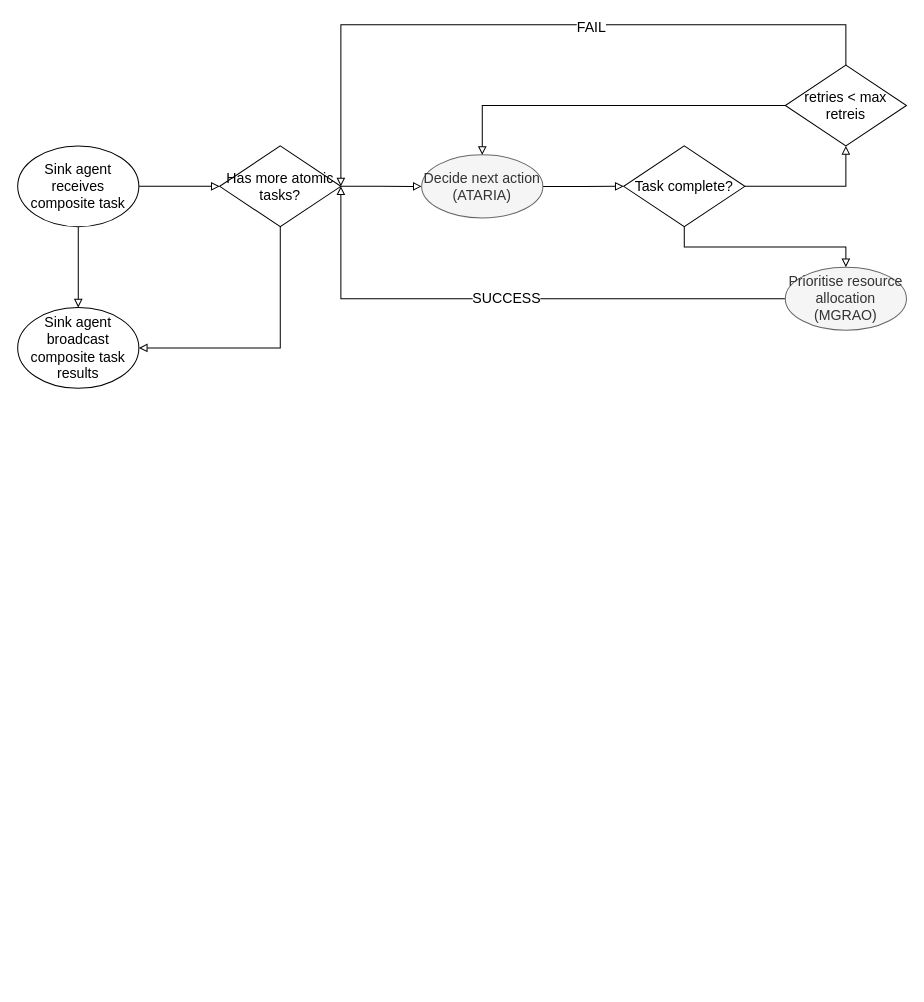
This is source/algorithm-flow.drawio from sevenmachines/els_energy_optimisation_and_adaptive_coverage_in_wsn_systems, a draw.io file, before an edit. Source tidied: cells renumbered, new cells numbered last; positions are measured from the earlier drawing's top-left corner, leaving out a move shared by most shapes. Both pictures are drawn from the tidied source at 101%, with x=0, y=0 at pixel (17, 24).
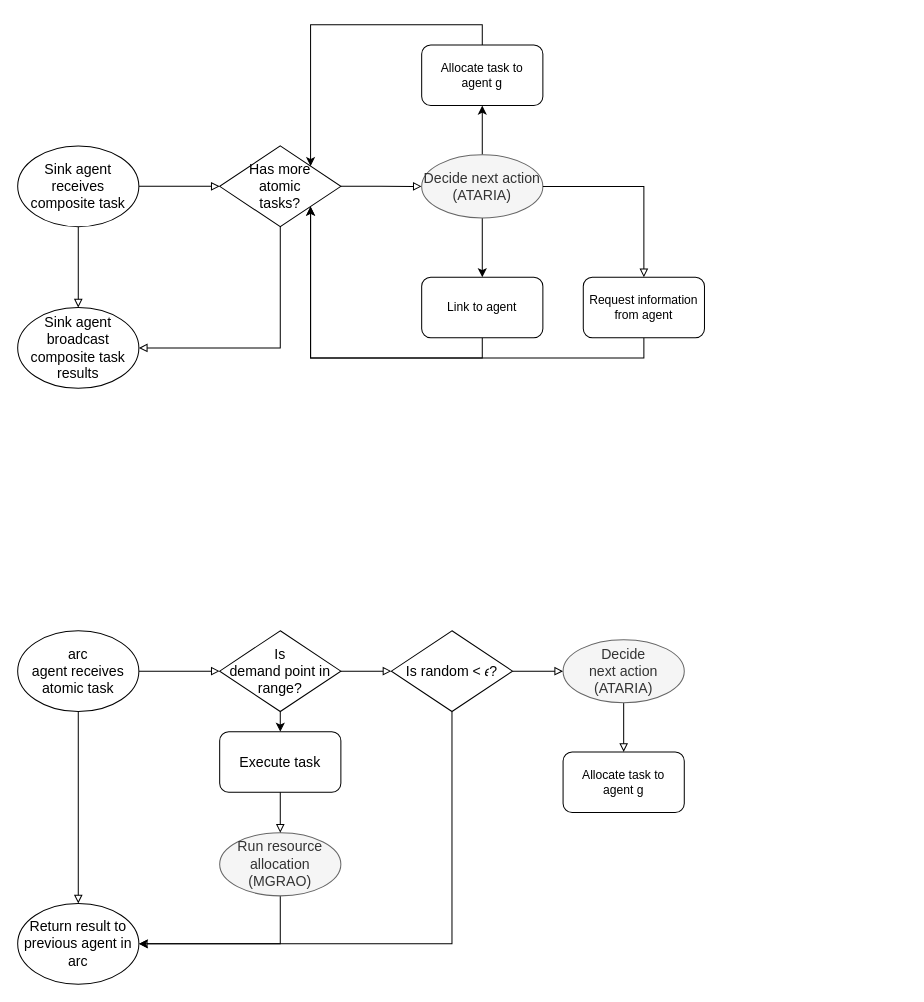
After the change.

Commit message (it also covers changes not shown here):
Work on solutions section and diagrams

The change refers to these unchanged cells:
```xml
<mxCell id="9" value="Decide next action (ATARIA)" style="ellipse;whiteSpace=wrap;html=1;fillColor=#f5f5f5;strokeColor=#666666;fontColor=#333333;fontStyle=0;fontSize=14;" parent="1" vertex="1">
  <mxGeometry x="400" y="128.8" width="120" height="62.5" as="geometry" />
</mxCell>
```

Diff of the diagram source:
```diff
@@
-    <mxCell id="5" value="SUCCESS" style="edgeStyle=orthogonalEdgeStyle;rounded=0;jettySize=auto;html=1;exitX=0;exitY=0.5;exitDx=0;exitDy=0;entryX=1;entryY=0.5;entryDx=0;entryDy=0;endArrow=block;endFill=0;fontSize=14;" parent="1" edge="1" source="10" target="18">
-      <mxGeometry relative="1" as="geometry">
-        <Array as="points">
-          <mxPoint x="320" y="271" />
-        </Array>
-      </mxGeometry>
-    </mxCell>
@@
-    <mxCell id="7" style="edgeStyle=orthogonalEdgeStyle;rounded=0;jettySize=auto;html=1;exitX=1;exitY=0.5;exitDx=0;exitDy=0;entryX=0.5;entryY=1;entryDx=0;entryDy=0;endArrow=block;endFill=0;fontSize=14;" parent="1" edge="1" source="12" target="16">
-      <mxGeometry relative="1" as="geometry">
-        <Array as="points">
-          <mxPoint x="820" y="160" />
-        </Array>
-      </mxGeometry>
-    </mxCell>
-    <mxCell id="8" style="edgeStyle=orthogonalEdgeStyle;rounded=0;jettySize=auto;html=1;entryX=0;entryY=0.5;entryDx=0;entryDy=0;endArrow=block;endFill=0;fontSize=14;" parent="1" edge="1" source="9" target="12">
-      <mxGeometry relative="1" as="geometry" />
-    </mxCell>
+    <mxCell id="20" style="edgeStyle=orthogonalEdgeStyle;rounded=0;jettySize=auto;html=1;exitX=0.5;exitY=0;exitDx=0;exitDy=0;entryX=0.5;entryY=1;entryDx=0;entryDy=0;fontSize=14;" parent="1" edge="1" source="9" target="43">
+      <mxGeometry relative="1" as="geometry" />
+    </mxCell>
+    <mxCell id="21" style="edgeStyle=orthogonalEdgeStyle;rounded=0;jettySize=auto;html=1;entryX=0.5;entryY=0;entryDx=0;entryDy=0;fontSize=14;exitX=0.5;exitY=1;exitDx=0;exitDy=0;" parent="1" edge="1" source="9" target="41">
+      <mxGeometry relative="1" as="geometry" />
+    </mxCell>
@@
-    <mxCell id="10" value="Prioritise resource allocation&lt;br style=&quot;font-size: 14px;&quot;&gt;(MGRAO)" style="ellipse;whiteSpace=wrap;html=1;fillColor=#f5f5f5;strokeColor=#666666;fontColor=#333333;fontStyle=0;fontSize=14;" parent="1" vertex="1">
-      <mxGeometry x="760" y="240" width="120" height="62.5" as="geometry" />
-    </mxCell>
-    <mxCell id="11" style="edgeStyle=orthogonalEdgeStyle;rounded=0;jettySize=auto;html=1;exitX=0.5;exitY=1;exitDx=0;exitDy=0;entryX=0.5;entryY=0;entryDx=0;entryDy=0;endArrow=block;endFill=0;fontSize=14;" parent="1" edge="1" source="12" target="10">
-      <mxGeometry relative="1" as="geometry" />
-    </mxCell>
-    <mxCell id="12" value="Task complete?" style="rhombus;whiteSpace=wrap;html=1;fontSize=14;" parent="1" vertex="1">
-      <mxGeometry x="600" y="120" width="120" height="80" as="geometry" />
-    </mxCell>
-    <mxCell id="13" style="edgeStyle=orthogonalEdgeStyle;rounded=0;jettySize=auto;html=1;entryX=0.5;entryY=0;entryDx=0;entryDy=0;endArrow=block;endFill=0;fontSize=14;" parent="1" edge="1" source="16" target="9">
-      <mxGeometry relative="1" as="geometry" />
-    </mxCell>
-    <mxCell id="14" style="edgeStyle=orthogonalEdgeStyle;rounded=0;jettySize=auto;html=1;endArrow=block;endFill=0;exitX=0.5;exitY=0;exitDx=0;exitDy=0;fontSize=14;" parent="1" edge="1" source="16" target="18">
-      <mxGeometry relative="1" as="geometry">
-        <Array as="points">
-          <mxPoint x="820" />
-          <mxPoint x="320" />
-        </Array>
-      </mxGeometry>
-    </mxCell>
-    <mxCell id="15" value="FAIL" style="edgeLabel;html=1;align=center;verticalAlign=middle;fontSize=14;" parent="14" vertex="1">
-      <mxGeometry x="-0.16" y="2" relative="1" as="geometry">
-        <mxPoint x="1" as="offset" />
-      </mxGeometry>
-    </mxCell>
-    <mxCell id="16" value="retries &amp;lt; max retreis" style="rhombus;whiteSpace=wrap;html=1;fontSize=14;" parent="1" vertex="1">
-      <mxGeometry x="760" y="40" width="120" height="80" as="geometry" />
-    </mxCell>
@@
-    <mxCell id="18" value="Has more atomic tasks?" style="rhombus;whiteSpace=wrap;html=1;fontSize=14;" parent="1" vertex="1">
+    <mxCell id="18" value="Has more&lt;br&gt;atomic&lt;br&gt;tasks?" style="rhombus;whiteSpace=wrap;html=1;fontSize=14;" parent="1" vertex="1">
       <mxGeometry x="200" y="120" width="120" height="80" as="geometry" />
     </mxCell>
@@
+    <mxCell id="22" style="edgeStyle=orthogonalEdgeStyle;rounded=0;jettySize=auto;html=1;entryX=0;entryY=0.5;entryDx=0;entryDy=0;endArrow=block;endFill=0;fontSize=14;" parent="1" edge="1" source="24" target="30">
+      <mxGeometry relative="1" as="geometry" />
+    </mxCell>
+    <mxCell id="23" style="edgeStyle=orthogonalEdgeStyle;rounded=0;jettySize=auto;html=1;exitX=0.5;exitY=1;exitDx=0;exitDy=0;entryX=0.5;entryY=0;entryDx=0;entryDy=0;endArrow=block;endFill=0;fontSize=14;" parent="1" edge="1" source="24" target="31">
+      <mxGeometry relative="1" as="geometry" />
+    </mxCell>
+    <mxCell id="24" value="arc&lt;br&gt;agent receives atomic task" style="ellipse;whiteSpace=wrap;html=1;fontSize=14;" parent="1" vertex="1">
+      <mxGeometry y="600" width="120" height="80" as="geometry" />
+    </mxCell>
+    <mxCell id="25" style="edgeStyle=orthogonalEdgeStyle;rounded=0;jettySize=auto;html=1;entryX=0;entryY=0.5;entryDx=0;entryDy=0;endArrow=block;endFill=0;exitX=1;exitY=0.5;exitDx=0;exitDy=0;fontSize=14;" parent="1" edge="1" source="33" target="27">
+      <mxGeometry relative="1" as="geometry" />
+    </mxCell>
+    <mxCell id="26" style="edgeStyle=orthogonalEdgeStyle;rounded=0;jettySize=auto;html=1;entryX=0.5;entryY=0;entryDx=0;entryDy=0;endArrow=block;endFill=0;fontSize=14;" parent="1" edge="1" source="27" target="36">
+      <mxGeometry relative="1" as="geometry" />
+    </mxCell>
+    <mxCell id="27" value="Decide&lt;br&gt;next action (ATARIA)" style="ellipse;whiteSpace=wrap;html=1;fillColor=#f5f5f5;strokeColor=#666666;fontColor=#333333;fontStyle=0;fontSize=14;" parent="1" vertex="1">
+      <mxGeometry x="540" y="608.8" width="120" height="62.5" as="geometry" />
+    </mxCell>
+    <mxCell id="28" style="edgeStyle=orthogonalEdgeStyle;rounded=0;jettySize=auto;html=1;exitX=0.5;exitY=1;exitDx=0;exitDy=0;endArrow=block;endFill=0;entryX=1;entryY=0.5;entryDx=0;entryDy=0;fontSize=14;" parent="1" edge="1" source="44" target="31">
+      <mxGeometry relative="1" as="geometry" />
+    </mxCell>
+    <mxCell id="29" style="edgeStyle=orthogonalEdgeStyle;rounded=0;jettySize=auto;html=1;exitX=0.5;exitY=1;exitDx=0;exitDy=0;entryX=0.5;entryY=0;entryDx=0;entryDy=0;" parent="1" edge="1" source="30" target="35">
+      <mxGeometry relative="1" as="geometry" />
+    </mxCell>
+    <mxCell id="30" value="Is&lt;br&gt;demand point in range?" style="rhombus;whiteSpace=wrap;html=1;fontSize=14;" parent="1" vertex="1">
+      <mxGeometry x="200" y="600" width="120" height="80" as="geometry" />
+    </mxCell>
+    <mxCell id="31" value="Return result to previous agent in arc" style="ellipse;whiteSpace=wrap;html=1;fontSize=14;" parent="1" vertex="1">
+      <mxGeometry y="870" width="120" height="80" as="geometry" />
+    </mxCell>
+    <mxCell id="32" style="edgeStyle=orthogonalEdgeStyle;rounded=0;jettySize=auto;html=1;exitX=0.5;exitY=1;exitDx=0;exitDy=0;entryX=1;entryY=0.5;entryDx=0;entryDy=0;" parent="1" edge="1" source="33" target="31">
+      <mxGeometry relative="1" as="geometry">
+        <Array as="points">
+          <mxPoint x="430" y="910" />
+          <mxPoint x="120" y="910" />
+        </Array>
+      </mxGeometry>
+    </mxCell>
+    <mxCell id="33" value="Is random &amp;lt; 𝜖?" style="rhombus;whiteSpace=wrap;html=1;fontSize=14;" parent="1" vertex="1">
+      <mxGeometry x="370" y="600" width="120" height="80" as="geometry" />
+    </mxCell>
+    <mxCell id="34" style="edgeStyle=orthogonalEdgeStyle;rounded=0;jettySize=auto;html=1;entryX=0;entryY=0.5;entryDx=0;entryDy=0;endArrow=block;endFill=0;exitX=1;exitY=0.5;exitDx=0;exitDy=0;fontSize=14;" parent="1" edge="1" source="30" target="33">
+      <mxGeometry relative="1" as="geometry" />
+    </mxCell>
+    <mxCell id="35" value="Execute task" style="rounded=1;whiteSpace=wrap;html=1;fontSize=14;" parent="1" vertex="1">
+      <mxGeometry x="200" y="700" width="120" height="60" as="geometry" />
+    </mxCell>
+    <mxCell id="36" value="Allocate task to&lt;br&gt;agent g" style="rounded=1;whiteSpace=wrap;html=1;" parent="1" vertex="1">
+      <mxGeometry x="540" y="720" width="120" height="60" as="geometry" />
+    </mxCell>
+    <mxCell id="37" style="edgeStyle=orthogonalEdgeStyle;rounded=0;jettySize=auto;html=1;exitX=0.5;exitY=1;exitDx=0;exitDy=0;entryX=1;entryY=1;entryDx=0;entryDy=0;fontSize=14;" parent="1" edge="1" source="38" target="18">
+      <mxGeometry relative="1" as="geometry" />
+    </mxCell>
+    <mxCell id="38" value="Request information from agent" style="rounded=1;whiteSpace=wrap;html=1;" parent="1" vertex="1">
+      <mxGeometry x="560" y="250" width="120" height="60" as="geometry" />
+    </mxCell>
+    <mxCell id="39" style="edgeStyle=orthogonalEdgeStyle;rounded=0;jettySize=auto;html=1;entryX=0.5;entryY=0;entryDx=0;entryDy=0;endArrow=block;endFill=0;fontSize=14;" parent="1" edge="1" source="9" target="38">
+      <mxGeometry relative="1" as="geometry" />
+    </mxCell>
+    <mxCell id="40" style="edgeStyle=orthogonalEdgeStyle;rounded=0;jettySize=auto;html=1;exitX=0.5;exitY=1;exitDx=0;exitDy=0;entryX=1;entryY=1;entryDx=0;entryDy=0;fontSize=14;" parent="1" edge="1" source="41" target="18">
+      <mxGeometry relative="1" as="geometry" />
+    </mxCell>
+    <mxCell id="41" value="Link to agent" style="rounded=1;whiteSpace=wrap;html=1;" parent="1" vertex="1">
+      <mxGeometry x="400" y="250" width="120" height="60" as="geometry" />
+    </mxCell>
+    <mxCell id="42" style="edgeStyle=orthogonalEdgeStyle;rounded=0;jettySize=auto;html=1;exitX=0.5;exitY=0;exitDx=0;exitDy=0;fontSize=14;entryX=1;entryY=0;entryDx=0;entryDy=0;" parent="1" edge="1" source="43" target="18">
+      <mxGeometry relative="1" as="geometry" />
+    </mxCell>
+    <mxCell id="43" value="Allocate task to&lt;br&gt;agent g" style="rounded=1;whiteSpace=wrap;html=1;" parent="1" vertex="1">
+      <mxGeometry x="400" y="20" width="120" height="60" as="geometry" />
+    </mxCell>
+    <mxCell id="44" value="Run resource allocation&lt;br style=&quot;font-size: 14px&quot;&gt;(MGRAO)" style="ellipse;whiteSpace=wrap;html=1;fillColor=#f5f5f5;strokeColor=#666666;fontColor=#333333;fontStyle=0;fontSize=14;" parent="1" vertex="1">
+      <mxGeometry x="200" y="800" width="120" height="62.5" as="geometry" />
+    </mxCell>
+    <mxCell id="45" style="edgeStyle=orthogonalEdgeStyle;rounded=0;jettySize=auto;html=1;exitX=0.5;exitY=1;exitDx=0;exitDy=0;endArrow=block;endFill=0;entryX=0.5;entryY=0;entryDx=0;entryDy=0;fontSize=14;" parent="1" edge="1" source="35" target="44">
+      <mxGeometry relative="1" as="geometry" />
+    </mxCell>
```
